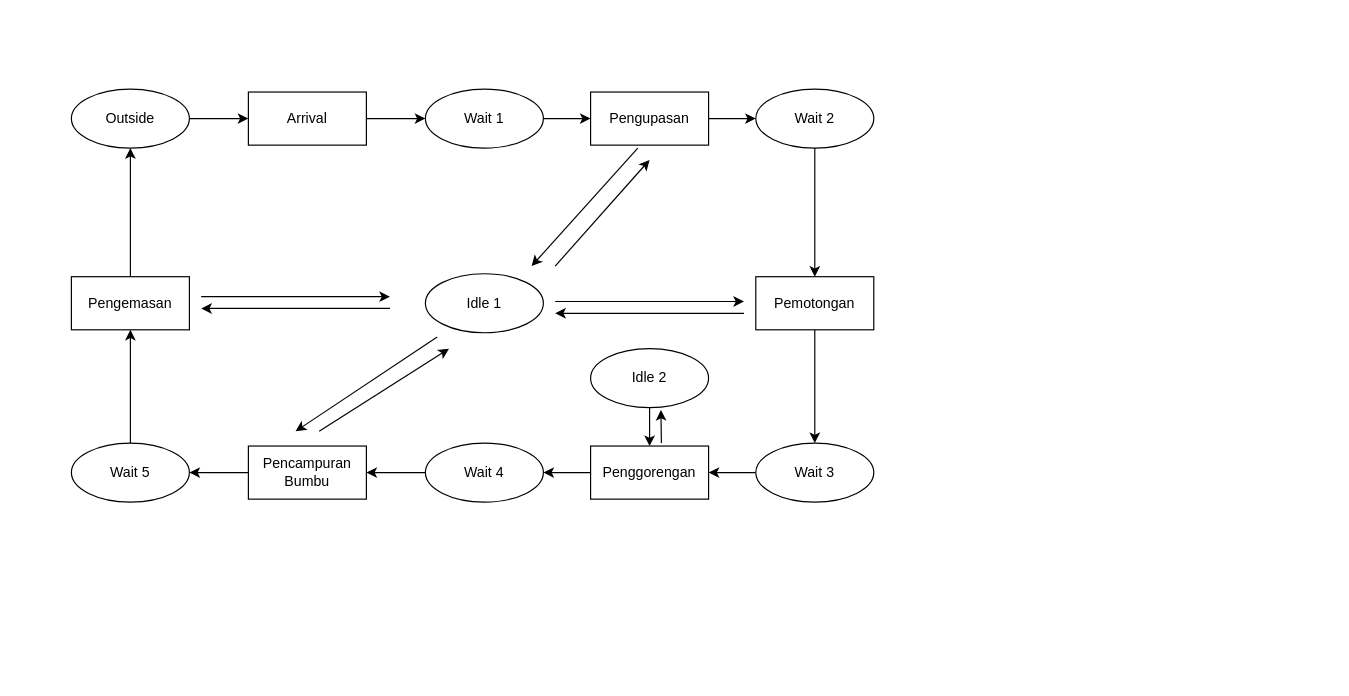
Above: acd keripik.drawio in rianromad/Image-Storage (draw.io), before the change. Source tidied: cells renumbered, new cells numbered last; positions are measured from the earlier drawing's top-left corner, leaving out a move shared by most shapes. Both pictures are drawn from the tidied source at 118%, with x=0, y=0 at pixel (71, 88).
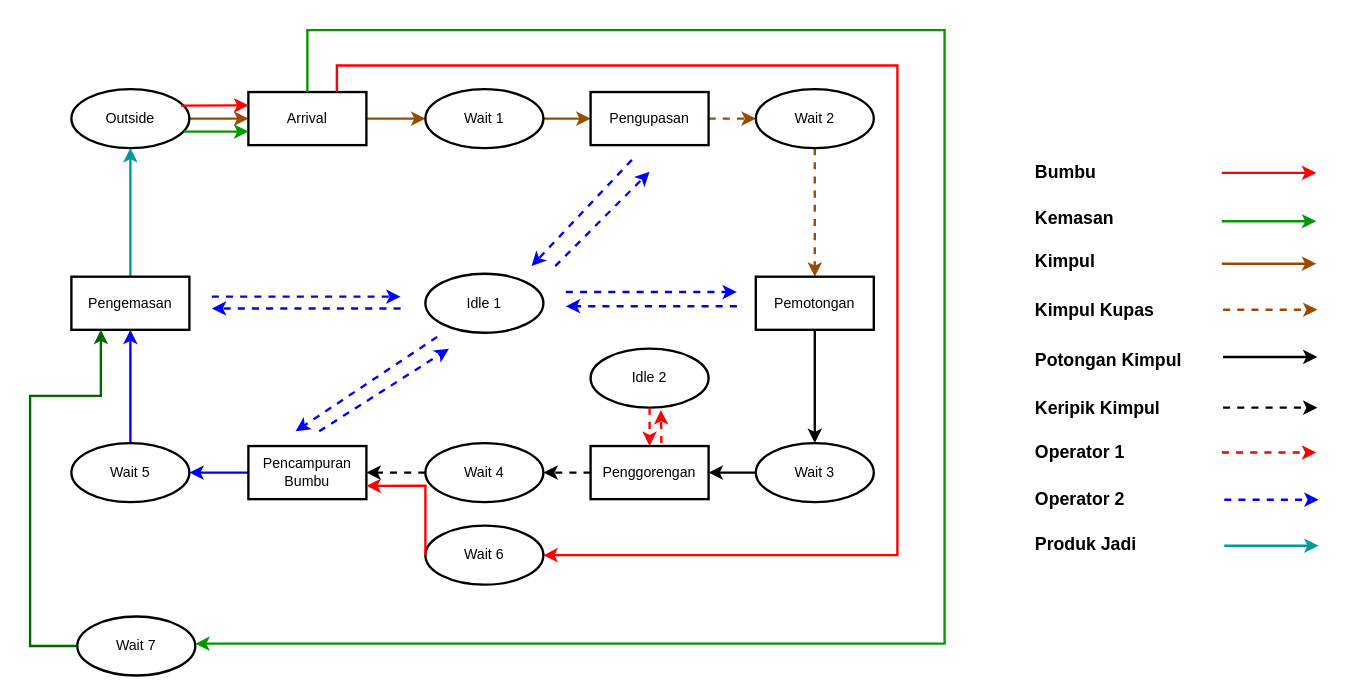
The same page after the edit.

What changed in the source:
```diff
@@
-    <mxCell id="2" style="edgeStyle=orthogonalEdgeStyle;rounded=0;jettySize=auto;html=1;entryX=0;entryY=0.5;entryDx=0;entryDy=0;" parent="1" edge="1" source="3" target="5">
+    <mxCell id="2" style="edgeStyle=orthogonalEdgeStyle;rounded=0;jettySize=auto;html=1;entryX=0;entryY=0.5;entryDx=0;entryDy=0;strokeColor=#994C00;strokeWidth=2;" parent="1" edge="1" source="3" target="5">
       <mxGeometry relative="1" as="geometry" />
     </mxCell>
-    <mxCell id="3" value="Outside" style="ellipse;whiteSpace=wrap;html=1;" parent="1" vertex="1">
+    <mxCell id="3" value="Outside" style="ellipse;whiteSpace=wrap;html=1;strokeWidth=2;" parent="1" vertex="1">
       <mxGeometry width="100" height="50" as="geometry" />
     </mxCell>
-    <mxCell id="4" style="edgeStyle=orthogonalEdgeStyle;rounded=0;jettySize=auto;html=1;entryX=0;entryY=0.5;entryDx=0;entryDy=0;" parent="1" edge="1" source="5" target="7">
+    <mxCell id="4" style="edgeStyle=orthogonalEdgeStyle;rounded=0;jettySize=auto;html=1;entryX=0;entryY=0.5;entryDx=0;entryDy=0;strokeColor=#994C00;strokeWidth=2;" parent="1" edge="1" source="5" target="7">
       <mxGeometry relative="1" as="geometry" />
     </mxCell>
-    <mxCell id="5" value="Arrival" style="rounded=0;whiteSpace=wrap;html=1;" parent="1" vertex="1">
+    <mxCell id="5" value="Arrival" style="rounded=0;whiteSpace=wrap;html=1;strokeWidth=2;" parent="1" vertex="1">
       <mxGeometry x="150" y="2.5" width="100" height="45" as="geometry" />
     </mxCell>
-    <mxCell id="6" style="edgeStyle=orthogonalEdgeStyle;rounded=0;jettySize=auto;html=1;entryX=0;entryY=0.5;entryDx=0;entryDy=0;" parent="1" edge="1" source="7" target="13">
+    <mxCell id="6" style="edgeStyle=orthogonalEdgeStyle;rounded=0;jettySize=auto;html=1;entryX=0;entryY=0.5;entryDx=0;entryDy=0;strokeColor=#994C00;strokeWidth=2;" parent="1" edge="1" source="7" target="13">
       <mxGeometry relative="1" as="geometry" />
     </mxCell>
-    <mxCell id="7" value="Wait 1" style="ellipse;whiteSpace=wrap;html=1;" parent="1" vertex="1">
+    <mxCell id="7" value="Wait 1" style="ellipse;whiteSpace=wrap;html=1;strokeWidth=2;" parent="1" vertex="1">
       <mxGeometry x="300" width="100" height="50" as="geometry" />
     </mxCell>
-    <mxCell id="8" style="edgeStyle=orthogonalEdgeStyle;rounded=0;jettySize=auto;html=1;entryX=1;entryY=0.5;entryDx=0;entryDy=0;" parent="1" edge="1" source="9" target="19">
+    <mxCell id="8" style="edgeStyle=orthogonalEdgeStyle;rounded=0;jettySize=auto;html=1;entryX=1;entryY=0.5;entryDx=0;entryDy=0;strokeWidth=2;" parent="1" edge="1" source="9" target="19">
       <mxGeometry relative="1" as="geometry" />
     </mxCell>
-    <mxCell id="9" value="Wait 3" style="ellipse;whiteSpace=wrap;html=1;" parent="1" vertex="1">
+    <mxCell id="9" value="Wait 3" style="ellipse;whiteSpace=wrap;html=1;strokeWidth=2;" parent="1" vertex="1">
       <mxGeometry x="580" y="300" width="100" height="50" as="geometry" />
     </mxCell>
-    <mxCell id="10" style="edgeStyle=orthogonalEdgeStyle;rounded=0;jettySize=auto;html=1;entryX=1;entryY=0.5;entryDx=0;entryDy=0;" parent="1" edge="1" source="11" target="21">
+    <mxCell id="10" style="edgeStyle=orthogonalEdgeStyle;rounded=0;jettySize=auto;html=1;entryX=1;entryY=0.5;entryDx=0;entryDy=0;strokeColor=#000000;dashed=1;strokeWidth=2;" parent="1" edge="1" source="11" target="21">
       <mxGeometry relative="1" as="geometry" />
     </mxCell>
-    <mxCell id="11" value="Wait 4" style="ellipse;whiteSpace=wrap;html=1;" parent="1" vertex="1">
+    <mxCell id="11" value="Wait 4" style="ellipse;whiteSpace=wrap;html=1;strokeWidth=2;" parent="1" vertex="1">
       <mxGeometry x="300" y="300" width="100" height="50" as="geometry" />
     </mxCell>
-    <mxCell id="12" style="edgeStyle=orthogonalEdgeStyle;rounded=0;jettySize=auto;html=1;entryX=0;entryY=0.5;entryDx=0;entryDy=0;" parent="1" edge="1" source="13" target="15">
+    <mxCell id="12" style="edgeStyle=orthogonalEdgeStyle;rounded=0;jettySize=auto;html=1;entryX=0;entryY=0.5;entryDx=0;entryDy=0;dashed=1;strokeColor=#994C00;strokeWidth=2;" parent="1" edge="1" source="13" target="15">
       <mxGeometry relative="1" as="geometry" />
     </mxCell>
-    <mxCell id="13" value="Pengupasan" style="rounded=0;whiteSpace=wrap;html=1;" parent="1" vertex="1">
+    <mxCell id="13" value="Pengupasan" style="rounded=0;whiteSpace=wrap;html=1;strokeWidth=2;" parent="1" vertex="1">
       <mxGeometry x="440" y="2.5" width="100" height="45" as="geometry" />
     </mxCell>
-    <mxCell id="14" style="edgeStyle=orthogonalEdgeStyle;rounded=0;jettySize=auto;html=1;entryX=0.5;entryY=0;entryDx=0;entryDy=0;" parent="1" edge="1" source="15" target="17">
+    <mxCell id="14" style="edgeStyle=orthogonalEdgeStyle;rounded=0;jettySize=auto;html=1;entryX=0.5;entryY=0;entryDx=0;entryDy=0;dashed=1;strokeColor=#994C00;strokeWidth=2;" parent="1" edge="1" source="15" target="17">
       <mxGeometry relative="1" as="geometry" />
     </mxCell>
-    <mxCell id="15" value="Wait 2" style="ellipse;whiteSpace=wrap;html=1;" parent="1" vertex="1">
+    <mxCell id="15" value="Wait 2" style="ellipse;whiteSpace=wrap;html=1;strokeWidth=2;" parent="1" vertex="1">
       <mxGeometry x="580" width="100" height="50" as="geometry" />
     </mxCell>
-    <mxCell id="16" style="edgeStyle=orthogonalEdgeStyle;rounded=0;jettySize=auto;html=1;entryX=0.5;entryY=0;entryDx=0;entryDy=0;" parent="1" edge="1" source="17" target="9">
+    <mxCell id="16" style="edgeStyle=orthogonalEdgeStyle;rounded=0;jettySize=auto;html=1;entryX=0.5;entryY=0;entryDx=0;entryDy=0;strokeWidth=2;" parent="1" edge="1" source="17" target="9">
       <mxGeometry relative="1" as="geometry" />
     </mxCell>
-    <mxCell id="17" value="Pemotongan" style="rounded=0;whiteSpace=wrap;html=1;" parent="1" vertex="1">
+    <mxCell id="17" value="Pemotongan" style="rounded=0;whiteSpace=wrap;html=1;strokeWidth=2;" parent="1" vertex="1">
       <mxGeometry x="580" y="159" width="100" height="45" as="geometry" />
     </mxCell>
-    <mxCell id="18" style="edgeStyle=orthogonalEdgeStyle;rounded=0;jettySize=auto;html=1;" parent="1" edge="1" source="19" target="11">
+    <mxCell id="18" style="edgeStyle=orthogonalEdgeStyle;rounded=0;jettySize=auto;html=1;strokeColor=#000000;dashed=1;strokeWidth=2;" parent="1" edge="1" source="19" target="11">
       <mxGeometry relative="1" as="geometry" />
     </mxCell>
-    <mxCell id="19" value="Penggorengan" style="rounded=0;whiteSpace=wrap;html=1;" parent="1" vertex="1">
+    <mxCell id="19" value="Penggorengan" style="rounded=0;whiteSpace=wrap;html=1;strokeWidth=2;" parent="1" vertex="1">
       <mxGeometry x="440" y="302.5" width="100" height="45" as="geometry" />
     </mxCell>
-    <mxCell id="20" style="edgeStyle=orthogonalEdgeStyle;rounded=0;jettySize=auto;html=1;entryX=1;entryY=0.5;entryDx=0;entryDy=0;" parent="1" edge="1" source="21" target="23">
+    <mxCell id="20" style="edgeStyle=orthogonalEdgeStyle;rounded=0;jettySize=auto;html=1;entryX=1;entryY=0.5;entryDx=0;entryDy=0;strokeColor=#0000FF;strokeWidth=2;" parent="1" edge="1" source="21" target="23">
       <mxGeometry relative="1" as="geometry" />
     </mxCell>
-    <mxCell id="21" value="Pencampuran Bumbu" style="rounded=0;whiteSpace=wrap;html=1;" parent="1" vertex="1">
+    <mxCell id="21" value="Pencampuran Bumbu" style="rounded=0;whiteSpace=wrap;html=1;strokeWidth=2;" parent="1" vertex="1">
       <mxGeometry x="150" y="302.5" width="100" height="45" as="geometry" />
     </mxCell>
-    <mxCell id="22" style="edgeStyle=orthogonalEdgeStyle;rounded=0;jettySize=auto;html=1;entryX=0.5;entryY=1;entryDx=0;entryDy=0;" parent="1" edge="1" source="23" target="25">
+    <mxCell id="22" style="edgeStyle=orthogonalEdgeStyle;rounded=0;jettySize=auto;html=1;entryX=0.5;entryY=1;entryDx=0;entryDy=0;strokeColor=#0000FF;strokeWidth=2;" parent="1" edge="1" source="23" target="25">
       <mxGeometry relative="1" as="geometry" />
     </mxCell>
-    <mxCell id="23" value="Wait 5" style="ellipse;whiteSpace=wrap;html=1;" parent="1" vertex="1">
+    <mxCell id="23" value="Wait 5" style="ellipse;whiteSpace=wrap;html=1;strokeWidth=2;" parent="1" vertex="1">
       <mxGeometry y="300" width="100" height="50" as="geometry" />
     </mxCell>
-    <mxCell id="24" style="edgeStyle=orthogonalEdgeStyle;rounded=0;jettySize=auto;html=1;entryX=0.5;entryY=1;entryDx=0;entryDy=0;" parent="1" edge="1" source="25" target="3">
+    <mxCell id="24" style="edgeStyle=orthogonalEdgeStyle;rounded=0;jettySize=auto;html=1;entryX=0.5;entryY=1;entryDx=0;entryDy=0;strokeColor=#009999;strokeWidth=2;" parent="1" edge="1" source="25" target="3">
       <mxGeometry relative="1" as="geometry" />
     </mxCell>
-    <mxCell id="25" value="Pengemasan" style="rounded=0;whiteSpace=wrap;html=1;" parent="1" vertex="1">
+    <mxCell id="25" value="Pengemasan" style="rounded=0;whiteSpace=wrap;html=1;strokeWidth=2;" parent="1" vertex="1">
       <mxGeometry y="159" width="100" height="45" as="geometry" />
     </mxCell>
-    <mxCell id="26" value="Idle 1" style="ellipse;whiteSpace=wrap;html=1;" parent="1" vertex="1">
+    <mxCell id="26" value="Idle 1" style="ellipse;whiteSpace=wrap;html=1;strokeWidth=2;" parent="1" vertex="1">
       <mxGeometry x="300" y="156.5" width="100" height="50" as="geometry" />
     </mxCell>
-    <mxCell id="27" style="endArrow=classic;html=1;rounded=0;" parent="1" edge="1">
+    <mxCell id="27" style="endArrow=classic;html=1;rounded=0;strokeColor=#0000FF;dashed=1;strokeWidth=2;" parent="1" edge="1">
       <mxGeometry relative="1" as="geometry">
-        <mxPoint x="480" y="50" as="sourcePoint" />
+        <mxPoint x="475" y="60" as="sourcePoint" />
         <mxPoint x="390" y="150" as="targetPoint" />
       </mxGeometry>
     </mxCell>
-    <mxCell id="28" style="endArrow=classic;html=1;rounded=0;" parent="1" edge="1">
+    <mxCell id="28" style="endArrow=classic;html=1;rounded=0;strokeColor=#0000FF;dashed=1;strokeWidth=2;" parent="1" edge="1">
       <mxGeometry relative="1" as="geometry">
         <mxPoint x="410" y="150" as="sourcePoint" />
-        <mxPoint x="490" y="60" as="targetPoint" />
+        <mxPoint x="490" y="70" as="targetPoint" />
       </mxGeometry>
     </mxCell>
-    <mxCell id="29" value="Idle 2" style="ellipse;whiteSpace=wrap;html=1;" parent="1" vertex="1">
+    <mxCell id="29" value="Idle 2" style="ellipse;whiteSpace=wrap;html=1;strokeWidth=2;" parent="1" vertex="1">
       <mxGeometry x="440" y="220" width="100" height="50" as="geometry" />
     </mxCell>
-    <mxCell id="30" style="endArrow=classic;html=1;rounded=0;" parent="1" edge="1" source="29" target="19">
+    <mxCell id="30" style="endArrow=classic;html=1;rounded=0;strokeColor=#FF0000;dashed=1;strokeWidth=2;" parent="1" edge="1" source="29" target="19">
       <mxGeometry relative="1" as="geometry" />
     </mxCell>
-    <mxCell id="31" style="endArrow=classic;html=1;rounded=0;entryX=0.596;entryY=1.04;entryDx=0;entryDy=0;entryPerimeter=0;" parent="1" edge="1" target="29">
+    <mxCell id="31" style="endArrow=classic;html=1;rounded=0;entryX=0.596;entryY=1.04;entryDx=0;entryDy=0;entryPerimeter=0;strokeColor=#FF0000;dashed=1;strokeWidth=2;" parent="1" edge="1" target="29">
       <mxGeometry relative="1" as="geometry">
         <mxPoint x="500" y="300" as="sourcePoint" />
       </mxGeometry>
     </mxCell>
-    <mxCell id="32" style="endArrow=classic;html=1;rounded=0;" parent="1" edge="1">
+    <mxCell id="32" style="endArrow=classic;html=1;rounded=0;strokeColor=#0000FF;dashed=1;strokeWidth=2;" parent="1" edge="1">
       <mxGeometry relative="1" as="geometry">
-        <mxPoint x="410" y="180" as="sourcePoint" />
-        <mxPoint x="570" y="180" as="targetPoint" />
+        <mxPoint x="419" y="172" as="sourcePoint" />
+        <mxPoint x="564" y="172" as="targetPoint" />
       </mxGeometry>
     </mxCell>
-    <mxCell id="33" style="endArrow=classic;html=1;rounded=0;" parent="1" edge="1">
+    <mxCell id="33" style="endArrow=classic;html=1;rounded=0;strokeColor=#0000FF;dashed=1;strokeWidth=2;" parent="1" edge="1">
       <mxGeometry relative="1" as="geometry">
-        <mxPoint x="570" y="190" as="sourcePoint" />
-        <mxPoint x="410" y="190" as="targetPoint" />
+        <mxPoint x="564" y="184" as="sourcePoint" />
+        <mxPoint x="419" y="184" as="targetPoint" />
       </mxGeometry>
     </mxCell>
-    <mxCell id="34" style="endArrow=classic;html=1;rounded=0;" parent="1" edge="1">
+    <mxCell id="34" style="endArrow=classic;html=1;rounded=0;strokeColor=#0000FF;dashed=1;strokeWidth=2;" parent="1" edge="1">
       <mxGeometry relative="1" as="geometry">
-        <mxPoint x="110" y="175.9" as="sourcePoint" />
-        <mxPoint x="270" y="175.9" as="targetPoint" />
+        <mxPoint x="119" y="175.9" as="sourcePoint" />
+        <mxPoint x="279" y="175.9" as="targetPoint" />
       </mxGeometry>
     </mxCell>
-    <mxCell id="35" style="endArrow=classic;html=1;rounded=0;" parent="1" edge="1">
+    <mxCell id="35" style="endArrow=classic;html=1;rounded=0;strokeColor=#0000FF;dashed=1;strokeWidth=2;" parent="1" edge="1">
       <mxGeometry relative="1" as="geometry">
-        <mxPoint x="270" y="185.9" as="sourcePoint" />
-        <mxPoint x="110" y="185.9" as="targetPoint" />
+        <mxPoint x="279" y="185.9" as="sourcePoint" />
+        <mxPoint x="119" y="185.9" as="targetPoint" />
       </mxGeometry>
     </mxCell>
-    <mxCell id="36" style="endArrow=classic;html=1;rounded=0;" parent="1" edge="1">
+    <mxCell id="36" style="endArrow=classic;html=1;rounded=0;strokeColor=#0000FF;dashed=1;strokeWidth=2;" parent="1" edge="1">
       <mxGeometry relative="1" as="geometry">
         <mxPoint x="310" y="210" as="sourcePoint" />
         <mxPoint x="190" y="290" as="targetPoint" />
       </mxGeometry>
     </mxCell>
-    <mxCell id="37" style="endArrow=classic;html=1;rounded=0;" parent="1" edge="1">
+    <mxCell id="37" style="endArrow=classic;html=1;rounded=0;strokeColor=#0000FF;dashed=1;strokeWidth=2;" parent="1" edge="1">
       <mxGeometry relative="1" as="geometry">
         <mxPoint x="210" y="290" as="sourcePoint" />
         <mxPoint x="320" y="220" as="targetPoint" />
       </mxGeometry>
     </mxCell>
+    <mxCell id="38" style="endArrow=classic;html=1;rounded=0;exitX=0.75;exitY=0;exitDx=0;exitDy=0;strokeColor=#FF0000;entryX=1;entryY=0.5;entryDx=0;entryDy=0;strokeWidth=2;" parent="1" edge="1" source="5" target="40">
+      <mxGeometry relative="1" as="geometry">
+        <Array as="points">
+          <mxPoint x="225" y="-20" />
+          <mxPoint x="700" y="-20" />
+          <mxPoint x="700" y="395" />
+        </Array>
+      </mxGeometry>
+    </mxCell>
+    <mxCell id="39" style="endArrow=classic;html=1;rounded=0;entryX=0;entryY=0.25;entryDx=0;entryDy=0;exitX=0.93;exitY=0.28;exitDx=0;exitDy=0;exitPerimeter=0;strokeColor=#FF0000;strokeWidth=2;" parent="1" edge="1" source="3" target="5">
+      <mxGeometry relative="1" as="geometry" />
+    </mxCell>
+    <mxCell id="40" value="Wait 6" style="ellipse;whiteSpace=wrap;html=1;strokeWidth=2;" parent="1" vertex="1">
+      <mxGeometry x="300" y="370" width="100" height="50" as="geometry" />
+    </mxCell>
+    <mxCell id="41" style="endArrow=classic;html=1;rounded=0;strokeColor=#FF0000;entryX=1;entryY=0.75;entryDx=0;entryDy=0;exitX=0;exitY=0.5;exitDx=0;exitDy=0;strokeWidth=2;" parent="1" edge="1" source="40" target="21">
+      <mxGeometry relative="1" as="geometry">
+        <Array as="points">
+          <mxPoint x="300" y="336" />
+        </Array>
+      </mxGeometry>
+    </mxCell>
+    <mxCell id="42" style="endArrow=classic;html=1;rounded=0;exitX=0.95;exitY=0.78;exitDx=0;exitDy=0;exitPerimeter=0;strokeColor=#009900;strokeWidth=2;" parent="1" edge="1">
+      <mxGeometry relative="1" as="geometry">
+        <mxPoint x="95" y="36" as="sourcePoint" />
+        <mxPoint x="150" y="36" as="targetPoint" />
+      </mxGeometry>
+    </mxCell>
+    <mxCell id="43" style="endArrow=classic;html=1;rounded=0;strokeColor=#009900;exitX=0.5;exitY=0;exitDx=0;exitDy=0;strokeWidth=2;" parent="1" edge="1" source="5">
+      <mxGeometry relative="1" as="geometry">
+        <mxPoint x="105" y="470" as="targetPoint" />
+        <Array as="points">
+          <mxPoint x="200" y="-50" />
+          <mxPoint x="740" y="-50" />
+          <mxPoint x="740" y="470" />
+        </Array>
+      </mxGeometry>
+    </mxCell>
+    <mxCell id="44" value="Wait 7" style="ellipse;whiteSpace=wrap;html=1;strokeWidth=2;" parent="1" vertex="1">
+      <mxGeometry x="5" y="447" width="100" height="50" as="geometry" />
+    </mxCell>
+    <mxCell id="45" style="endArrow=classic;html=1;rounded=0;strokeColor=#006600;exitX=0;exitY=0.5;exitDx=0;exitDy=0;entryX=0.25;entryY=1;entryDx=0;entryDy=0;strokeWidth=2;" parent="1" edge="1" source="44" target="25">
+      <mxGeometry relative="1" as="geometry">
+        <Array as="points">
+          <mxPoint x="-35" y="472" />
+          <mxPoint x="-35" y="260" />
+          <mxPoint x="25" y="260" />
+        </Array>
+      </mxGeometry>
+    </mxCell>
+    <mxCell id="46" style="edgeStyle=orthogonalEdgeStyle;rounded=0;orthogonalLoop=1;jettySize=auto;html=1;strokeColor=#994C00;strokeWidth=2;" parent="1" edge="1">
+      <mxGeometry relative="1" as="geometry">
+        <mxPoint x="975" y="148" as="sourcePoint" />
+        <mxPoint x="1055" y="148" as="targetPoint" />
+        <Array as="points">
+          <mxPoint x="1035" y="148" />
+          <mxPoint x="1035" y="148" />
+        </Array>
+      </mxGeometry>
+    </mxCell>
+    <mxCell id="47" style="endArrow=classic;html=1;rounded=0;strokeColor=#FF0000;strokeWidth=2;" parent="1" edge="1">
+      <mxGeometry relative="1" as="geometry">
+        <mxPoint x="975" y="71" as="sourcePoint" />
+        <mxPoint x="1055" y="71" as="targetPoint" />
+      </mxGeometry>
+    </mxCell>
+    <mxCell id="48" style="endArrow=classic;html=1;rounded=0;strokeColor=#009900;strokeWidth=2;" parent="1" edge="1">
+      <mxGeometry relative="1" as="geometry">
+        <mxPoint x="975" y="112" as="sourcePoint" />
+        <mxPoint x="1055" y="112" as="targetPoint" />
+      </mxGeometry>
+    </mxCell>
+    <mxCell id="49" style="edgeStyle=orthogonalEdgeStyle;rounded=0;orthogonalLoop=1;jettySize=auto;html=1;strokeColor=#994C00;strokeWidth=2;dashed=1;" parent="1" edge="1">
+      <mxGeometry relative="1" as="geometry">
+        <mxPoint x="976" y="187" as="sourcePoint" />
+        <mxPoint x="1056" y="187" as="targetPoint" />
+        <Array as="points">
+          <mxPoint x="1036" y="187" />
+          <mxPoint x="1036" y="187" />
+        </Array>
+      </mxGeometry>
+    </mxCell>
+    <mxCell id="50" style="edgeStyle=orthogonalEdgeStyle;rounded=0;orthogonalLoop=1;jettySize=auto;html=1;strokeColor=#000000;strokeWidth=2;" parent="1" edge="1">
+      <mxGeometry relative="1" as="geometry">
+        <mxPoint x="976" y="227" as="sourcePoint" />
+        <mxPoint x="1056" y="227" as="targetPoint" />
+        <Array as="points">
+          <mxPoint x="1036" y="227" />
+          <mxPoint x="1036" y="227" />
+        </Array>
+      </mxGeometry>
+    </mxCell>
+    <mxCell id="51" style="edgeStyle=orthogonalEdgeStyle;rounded=0;orthogonalLoop=1;jettySize=auto;html=1;strokeColor=#000000;strokeWidth=2;dashed=1;" parent="1" edge="1">
+      <mxGeometry relative="1" as="geometry">
+        <mxPoint x="976" y="270" as="sourcePoint" />
+        <mxPoint x="1056" y="270" as="targetPoint" />
+        <Array as="points">
+          <mxPoint x="1036" y="270" />
+          <mxPoint x="1036" y="270" />
+        </Array>
+      </mxGeometry>
+    </mxCell>
+    <mxCell id="52" style="edgeStyle=orthogonalEdgeStyle;rounded=0;orthogonalLoop=1;jettySize=auto;html=1;strokeColor=#FF0000;strokeWidth=2;dashed=1;" parent="1" edge="1">
+      <mxGeometry relative="1" as="geometry">
+        <mxPoint x="975" y="308" as="sourcePoint" />
+        <mxPoint x="1055" y="308" as="targetPoint" />
+        <Array as="points">
+          <mxPoint x="1035" y="308" />
+          <mxPoint x="1035" y="308" />
+        </Array>
+      </mxGeometry>
+    </mxCell>
+    <mxCell id="53" style="edgeStyle=orthogonalEdgeStyle;rounded=0;orthogonalLoop=1;jettySize=auto;html=1;strokeColor=#0000FF;strokeWidth=2;dashed=1;" parent="1" edge="1">
+      <mxGeometry relative="1" as="geometry">
+        <mxPoint x="977" y="348" as="sourcePoint" />
+        <mxPoint x="1057" y="348" as="targetPoint" />
+        <Array as="points">
+          <mxPoint x="1037" y="348" />
+          <mxPoint x="1037" y="348" />
+        </Array>
+      </mxGeometry>
+    </mxCell>
+    <mxCell id="54" style="edgeStyle=orthogonalEdgeStyle;rounded=0;orthogonalLoop=1;jettySize=auto;html=1;strokeColor=#009999;strokeWidth=2;" parent="1" edge="1">
+      <mxGeometry relative="1" as="geometry">
+        <mxPoint x="977" y="387" as="sourcePoint" />
+        <mxPoint x="1057" y="387" as="targetPoint" />
+        <Array as="points">
+          <mxPoint x="1037" y="387" />
+          <mxPoint x="1037" y="387" />
+        </Array>
+      </mxGeometry>
+    </mxCell>
+    <mxCell id="55" value="&lt;div align=&quot;left&quot;&gt;&lt;font style=&quot;font-size: 15px;&quot;&gt;&lt;b&gt;Bumbu&lt;/b&gt;&lt;/font&gt;&lt;/div&gt;" style="text;html=1;strokeColor=none;fillColor=none;align=left;verticalAlign=middle;whiteSpace=wrap;rounded=0;" parent="1" vertex="1">
+      <mxGeometry x="815" y="55" width="60" height="30" as="geometry" />
+    </mxCell>
+    <mxCell id="56" value="&lt;div align=&quot;left&quot;&gt;&lt;font style=&quot;font-size: 15px;&quot;&gt;&lt;b&gt;Kemasan&lt;/b&gt;&lt;/font&gt;&lt;/div&gt;" style="text;html=1;strokeColor=none;fillColor=none;align=left;verticalAlign=middle;whiteSpace=wrap;rounded=0;" parent="1" vertex="1">
+      <mxGeometry x="815" y="94" width="60" height="30" as="geometry" />
+    </mxCell>
+    <mxCell id="57" value="&lt;div align=&quot;left&quot;&gt;&lt;font style=&quot;font-size: 15px;&quot;&gt;&lt;b&gt;Kimpul&lt;/b&gt;&lt;/font&gt;&lt;/div&gt;" style="text;html=1;strokeColor=none;fillColor=none;align=left;verticalAlign=middle;whiteSpace=wrap;rounded=0;" parent="1" vertex="1">
+      <mxGeometry x="815" y="130" width="60" height="30" as="geometry" />
+    </mxCell>
+    <mxCell id="58" value="&lt;div align=&quot;left&quot;&gt;&lt;font style=&quot;font-size: 15px;&quot;&gt;&lt;b&gt;Kimpul Kupas&lt;/b&gt;&lt;/font&gt;&lt;br&gt;&lt;/div&gt;" style="text;html=1;strokeColor=none;fillColor=none;align=left;verticalAlign=middle;whiteSpace=wrap;rounded=0;" parent="1" vertex="1">
+      <mxGeometry x="815" y="171.5" width="140" height="30" as="geometry" />
+    </mxCell>
+    <mxCell id="59" value="&lt;div align=&quot;left&quot;&gt;&lt;font style=&quot;font-size: 15px;&quot;&gt;&lt;b&gt;Keripik Kimpul&lt;/b&gt;&lt;/font&gt;&lt;br&gt;&lt;/div&gt;" style="text;html=1;strokeColor=none;fillColor=none;align=left;verticalAlign=middle;whiteSpace=wrap;rounded=0;" parent="1" vertex="1">
+      <mxGeometry x="815" y="255" width="150" height="30" as="geometry" />
+    </mxCell>
+    <mxCell id="60" value="&lt;div align=&quot;left&quot;&gt;&lt;font style=&quot;font-size: 15px;&quot;&gt;&lt;b&gt;Potongan Kimpul&lt;/b&gt;&lt;/font&gt;&lt;br&gt;&lt;/div&gt;" style="text;html=1;strokeColor=none;fillColor=none;align=left;verticalAlign=middle;whiteSpace=wrap;rounded=0;" parent="1" vertex="1">
+      <mxGeometry x="815" y="214" width="150" height="30" as="geometry" />
+    </mxCell>
+    <mxCell id="61" value="&lt;div align=&quot;left&quot;&gt;&lt;font style=&quot;font-size: 15px;&quot;&gt;&lt;b&gt;Operator 1&lt;br&gt;&lt;/b&gt;&lt;/font&gt;&lt;/div&gt;" style="text;html=1;strokeColor=none;fillColor=none;align=left;verticalAlign=middle;whiteSpace=wrap;rounded=0;" parent="1" vertex="1">
+      <mxGeometry x="815" y="292" width="150" height="30" as="geometry" />
+    </mxCell>
+    <mxCell id="62" value="&lt;div align=&quot;left&quot;&gt;&lt;font style=&quot;font-size: 15px;&quot;&gt;&lt;b&gt;Operator 2&lt;/b&gt;&lt;/font&gt;&lt;/div&gt;" style="text;html=1;strokeColor=none;fillColor=none;align=left;verticalAlign=middle;whiteSpace=wrap;rounded=0;" parent="1" vertex="1">
+      <mxGeometry x="815" y="332" width="150" height="30" as="geometry" />
+    </mxCell>
+    <mxCell id="63" value="&lt;div align=&quot;left&quot;&gt;&lt;font style=&quot;font-size: 15px;&quot;&gt;&lt;b&gt;Produk Jadi&lt;br&gt;&lt;/b&gt;&lt;/font&gt;&lt;/div&gt;" style="text;html=1;strokeColor=none;fillColor=none;align=left;verticalAlign=middle;whiteSpace=wrap;rounded=0;" parent="1" vertex="1">
+      <mxGeometry x="815" y="370" width="150" height="30" as="geometry" />
+    </mxCell>
```
